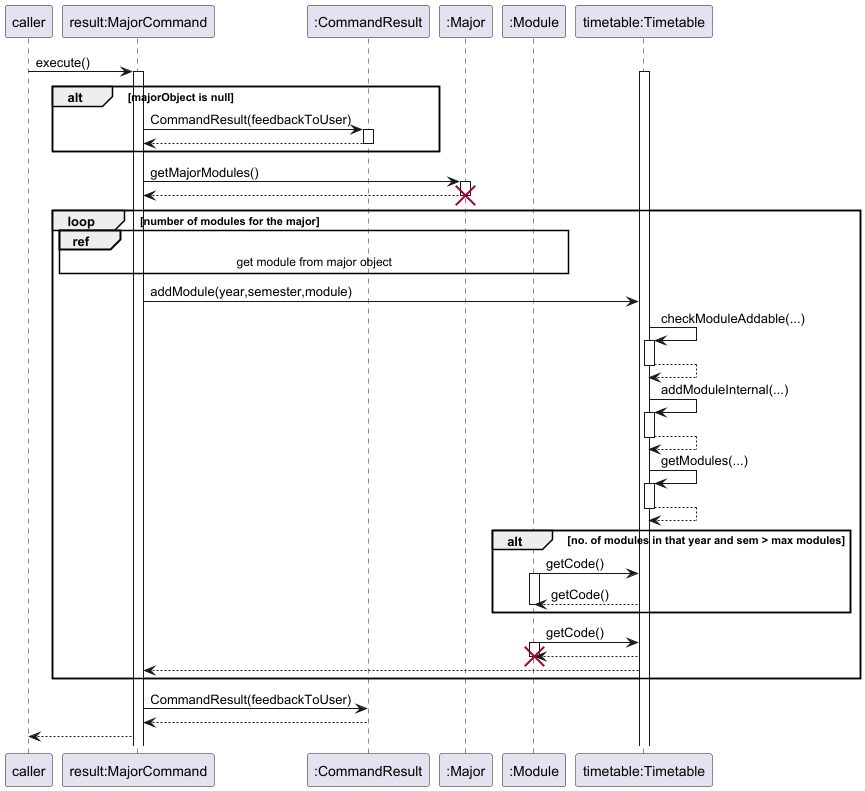
Before: docs/diagrams/majorCommand.png, a diagram exported from PlantUML (mendax1234/tp). Its source is kept beside it as docs/diagrams/majorCommand.puml.
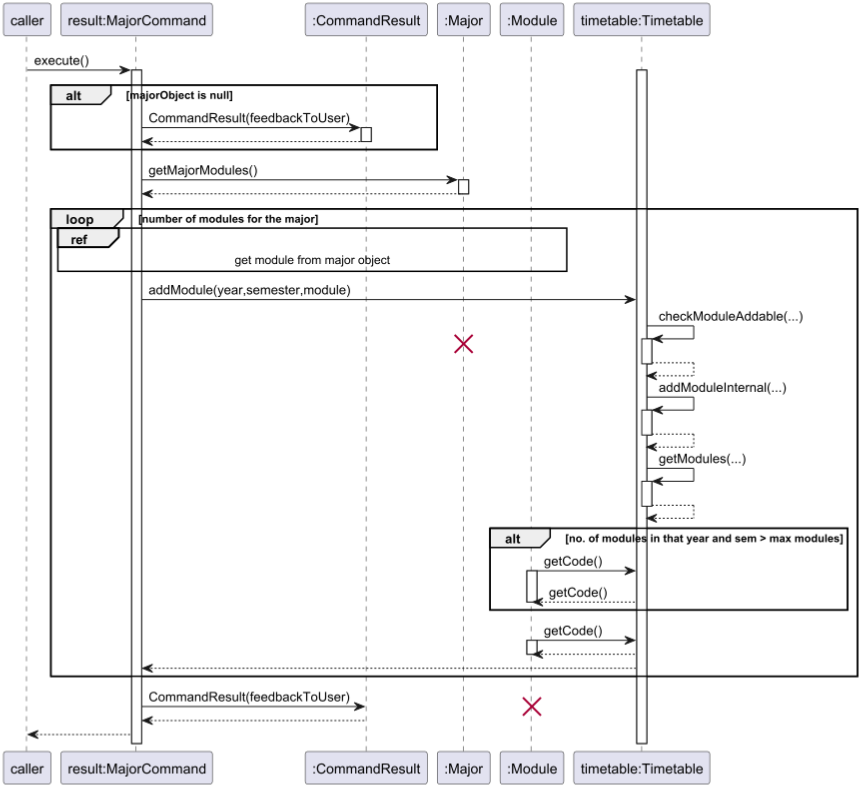
Later version of the same file.

Commit message:
Minor fix to MajorCommand sequence diagrams

Change to the diagram source:
```diff
@@ -19,13 +19,13 @@
 "result:MajorCommand" -> ":Major":getMajorModules()
 activate ":Major"
 "result:MajorCommand" <-- ":Major"
-destroy ":Major"
+deactivate ":Major"
 loop number of modules for the major
     ref over "result:MajorCommand", ":Module": get module from major object
     "result:MajorCommand" -> "timetable:Timetable": addModule(year,semester,module)
-
     "timetable:Timetable" -> "timetable:Timetable": checkModuleAddable(...)
     activate "timetable:Timetable"
+    destroy ":Major"
     "timetable:Timetable" --> "timetable:Timetable"
     deactivate "timetable:Timetable"
 
@@ -50,12 +50,13 @@
     "timetable:Timetable" <- ":Module": getCode()
     activate ":Module"
     "timetable:Timetable" --> ":Module"
-    destroy ":Module"
+    deactivate ":Module"
 
     "result:MajorCommand" <-- "timetable:Timetable"
 end
 
 "result:MajorCommand" -> ":CommandResult": CommandResult(feedbackToUser)
+destroy ":Module"
 "result:MajorCommand" <-- ":CommandResult"
 
 caller<--"result:MajorCommand"
```
